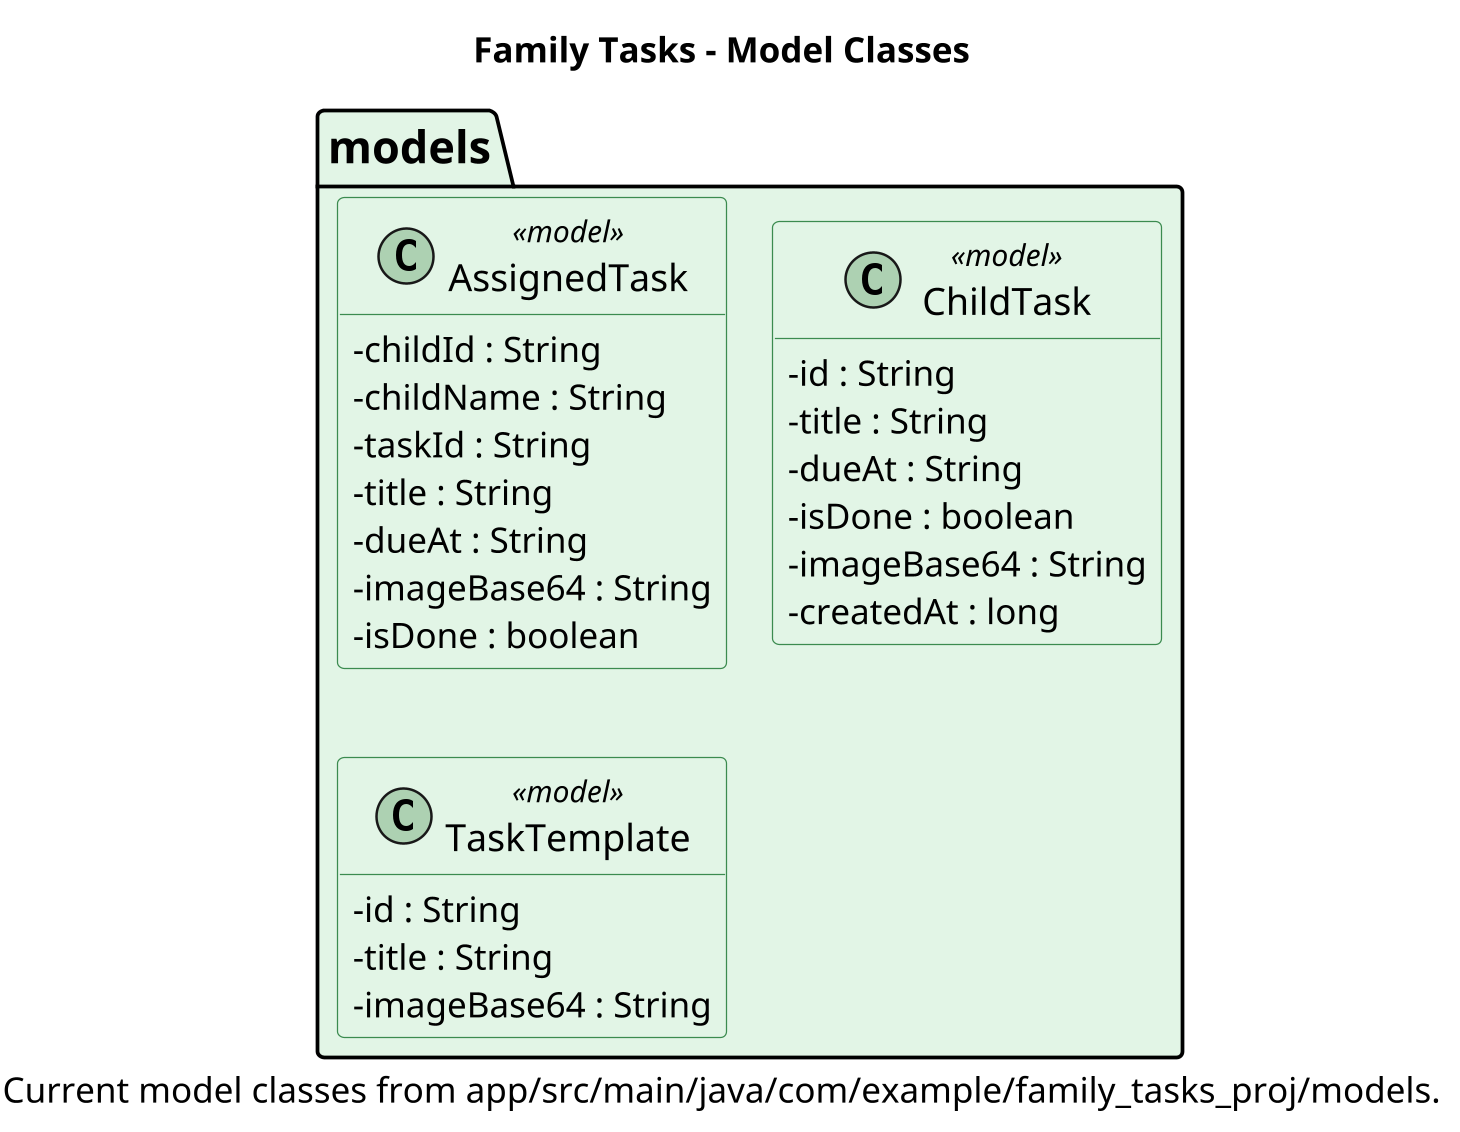
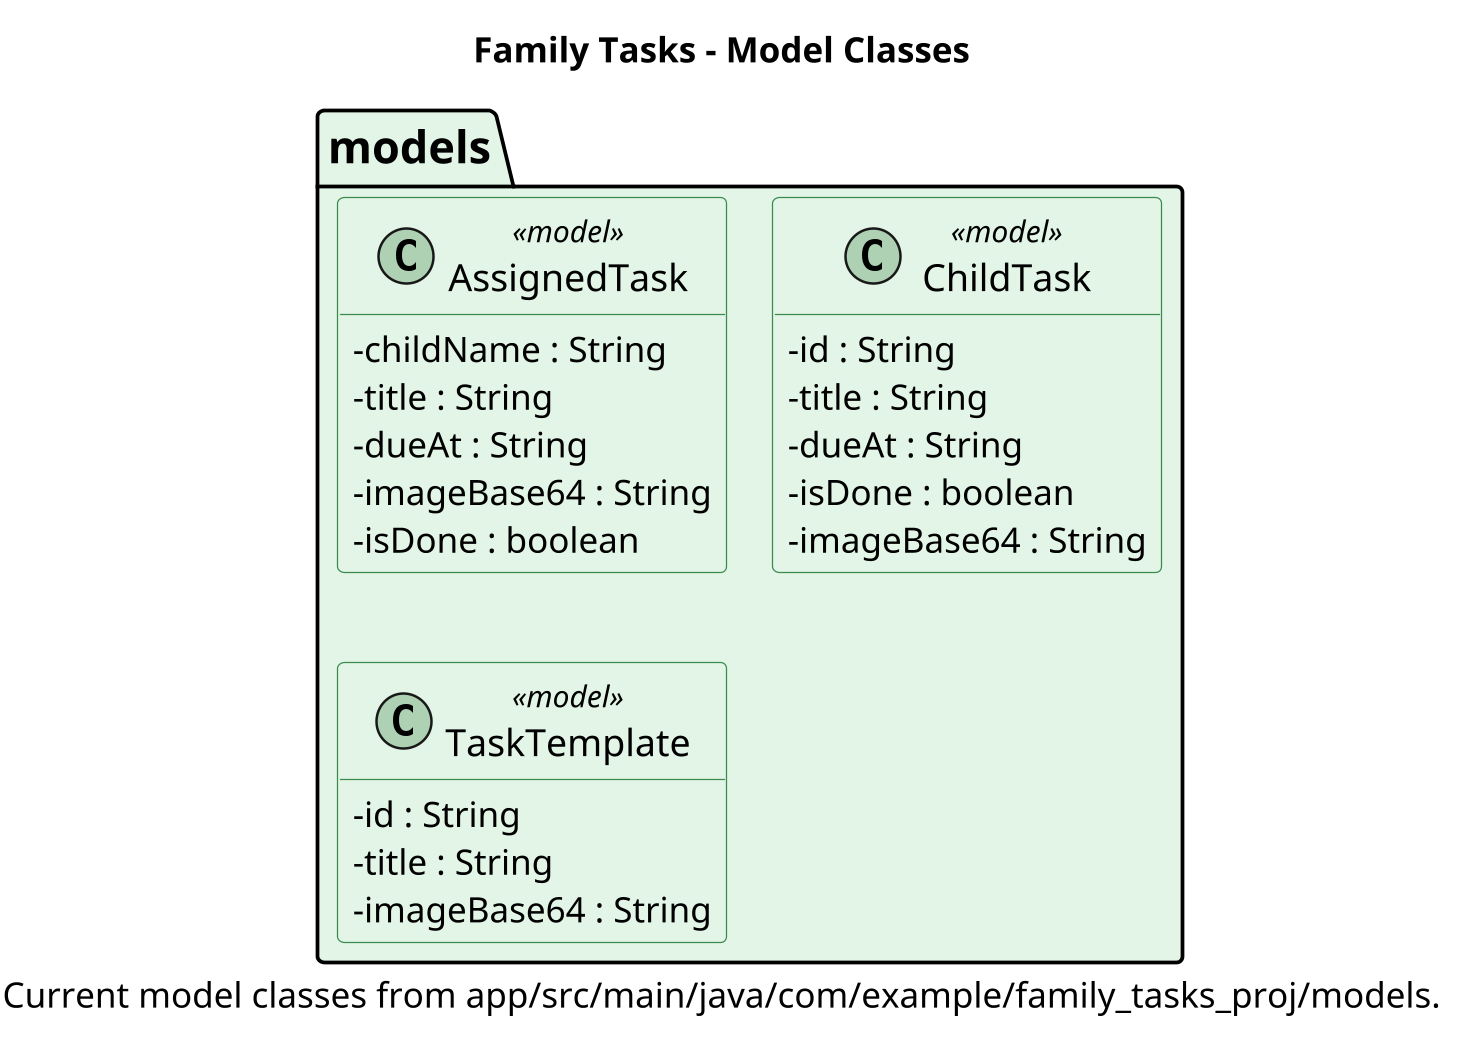
@startuml
!pragma layout smetana
skinparam dpi 240
skinparam shadowing false
skinparam linetype ortho
skinparam classAttributeIconSize 0
skinparam defaultFontName Arial
skinparam classFontSize 15
skinparam packageFontSize 18
skinparam classBackgroundColor<<model>> #E2F5E6
skinparam classBorderColor<<model>> #3B8B4F
hide empty methods
title Family Tasks - Model Classes
caption Current model classes from app/src/main/java/com/example/family_tasks_proj/models.

package "models" #E2F5E6 {
class "AssignedTask" as AssignedTask <<model>> {
-   - childId : String
  - childName : String
-   - taskId : String
  - title : String
  - dueAt : String
  - imageBase64 : String
  - isDone : boolean
}

class "ChildTask" as ChildTask <<model>> {
  - id : String
  - title : String
  - dueAt : String
  - isDone : boolean
  - imageBase64 : String
-   - createdAt : long
}

class "TaskTemplate" as TaskTemplate <<model>> {
  - id : String
  - title : String
  - imageBase64 : String
}
}
@enduml
